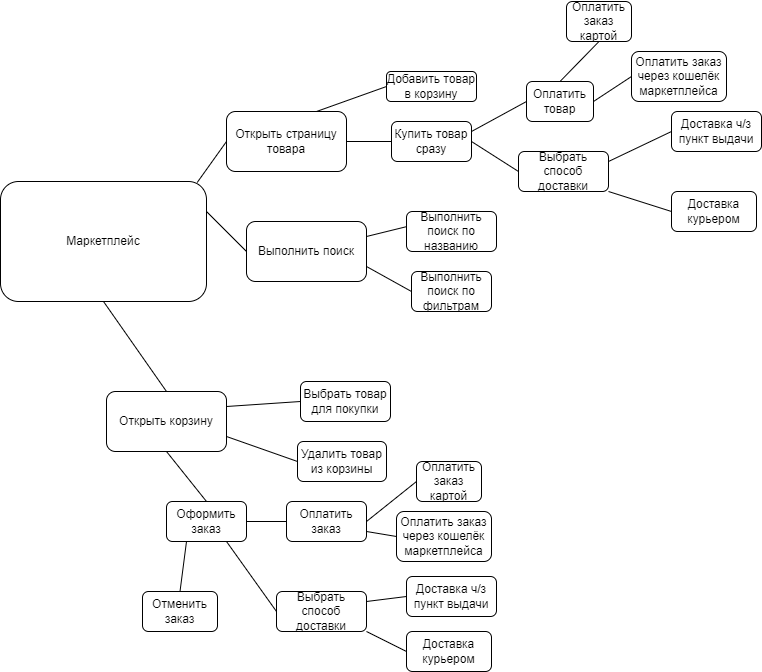
Above: intel_card.png in Involuntar/Test (draw.io), before the change. Source tidied: cells renumbered, new cells last; positions are measured from the earlier drawing's top-left corner, leaving out a move shared by most shapes.
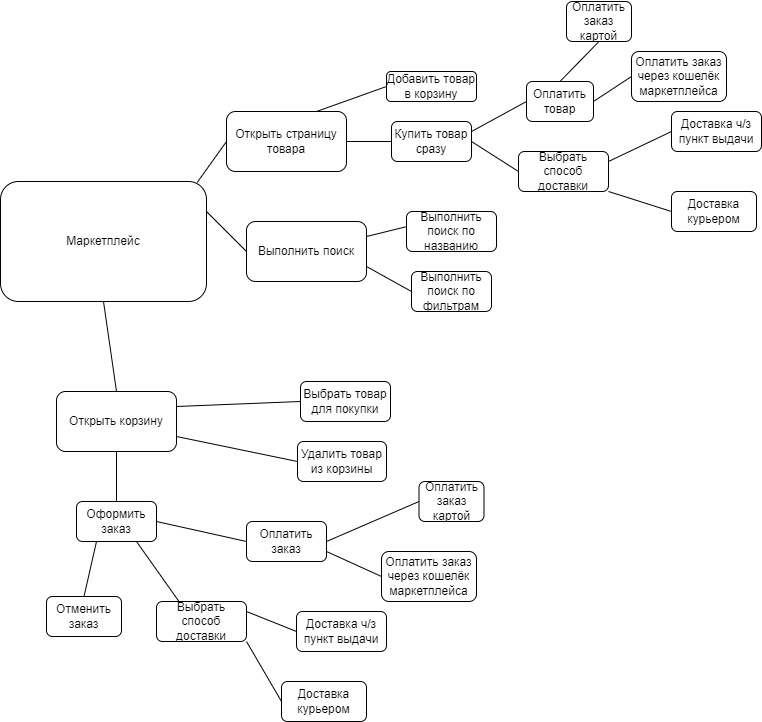
The same file after the commit.

What changed in the source:
```diff
@@ -12,7 +12,7 @@
       <mxGeometry x="226" y="110" width="120" height="60" as="geometry" />
     </mxCell>
     <mxCell id="5" value="Открыть корзину" style="rounded=1;whiteSpace=wrap;html=1;" parent="1" vertex="1">
-      <mxGeometry x="106" y="390" width="120" height="60" as="geometry" />
+      <mxGeometry x="56" y="390" width="120" height="60" as="geometry" />
     </mxCell>
     <mxCell id="6" style="endArrow=none;html=1;rounded=0;exitX=0.5;exitY=1;exitDx=0;exitDy=0;entryX=0.5;entryY=0;entryDx=0;entryDy=0;" parent="1" edge="1" source="2" target="5">
       <mxGeometry relative="1" as="geometry" />
@@ -36,7 +36,7 @@
       <mxGeometry relative="1" as="geometry" />
     </mxCell>
     <mxCell id="13" value="Оформить заказ" style="rounded=1;whiteSpace=wrap;html=1;" parent="1" vertex="1">
-      <mxGeometry x="166" y="500" width="80" height="40" as="geometry" />
+      <mxGeometry x="76" y="500" width="80" height="40" as="geometry" />
     </mxCell>
     <mxCell id="14" style="endArrow=none;html=1;rounded=0;entryX=0.5;entryY=0;entryDx=0;entryDy=0;exitX=0.5;exitY=1;exitDx=0;exitDy=0;" parent="1" edge="1" source="5" target="13">
       <mxGeometry relative="1" as="geometry" />
@@ -66,15 +66,15 @@
       <mxGeometry relative="1" as="geometry" />
     </mxCell>
     <mxCell id="23" value="Выбрать способ доставки" style="rounded=1;whiteSpace=wrap;html=1;" parent="1" vertex="1">
-      <mxGeometry x="276" y="590" width="90" height="40" as="geometry" />
+      <mxGeometry x="156" y="600" width="90" height="40" as="geometry" />
     </mxCell>
     <mxCell id="24" value="Доставка курьером" style="rounded=1;whiteSpace=wrap;html=1;" parent="1" vertex="1">
-      <mxGeometry x="406" y="630" width="85" height="40" as="geometry" />
+      <mxGeometry x="281" y="680" width="85" height="40" as="geometry" />
     </mxCell>
     <mxCell id="25" value="Доставка ч/з пункт выдачи" style="rounded=1;whiteSpace=wrap;html=1;" parent="1" vertex="1">
-      <mxGeometry x="406" y="575" width="90" height="40" as="geometry" />
+      <mxGeometry x="296" y="610" width="90" height="40" as="geometry" />
     </mxCell>
-    <mxCell id="26" style="endArrow=none;html=1;rounded=0;entryX=0.75;entryY=1;entryDx=0;entryDy=0;exitX=0;exitY=0.5;exitDx=0;exitDy=0;" parent="1" edge="1" source="23" target="13">
+    <mxCell id="26" style="endArrow=none;html=1;rounded=0;entryX=0.75;entryY=1;entryDx=0;entryDy=0;exitX=0.25;exitY=0;exitDx=0;exitDy=0;" parent="1" edge="1" source="23" target="13">
       <mxGeometry relative="1" as="geometry" />
     </mxCell>
     <mxCell id="27" style="endArrow=none;html=1;rounded=0;entryX=1;entryY=1;entryDx=0;entryDy=0;exitX=0;exitY=0.5;exitDx=0;exitDy=0;" parent="1" edge="1" source="24" target="23">
@@ -84,7 +84,7 @@
       <mxGeometry relative="1" as="geometry" />
     </mxCell>
     <mxCell id="29" value="Отменить заказ" style="rounded=1;whiteSpace=wrap;html=1;" parent="1" vertex="1">
-      <mxGeometry x="142" y="590" width="75" height="40" as="geometry" />
+      <mxGeometry x="46" y="595" width="75" height="40" as="geometry" />
     </mxCell>
     <mxCell id="30" style="endArrow=none;html=1;rounded=0;entryX=0.25;entryY=1;entryDx=0;entryDy=0;exitX=0.5;exitY=0;exitDx=0;exitDy=0;" parent="1" edge="1" source="29" target="13">
       <mxGeometry relative="1" as="geometry" />
@@ -108,7 +108,7 @@
       <mxGeometry relative="1" as="geometry" />
     </mxCell>
     <mxCell id="37" value="Оплатить заказ" style="rounded=1;whiteSpace=wrap;html=1;" parent="1" vertex="1">
-      <mxGeometry x="286" y="500" width="80" height="40" as="geometry" />
+      <mxGeometry x="246" y="520" width="80" height="40" as="geometry" />
     </mxCell>
     <mxCell id="38" style="endArrow=none;html=1;rounded=0;entryX=0;entryY=0.5;entryDx=0;entryDy=0;exitX=1;exitY=0.5;exitDx=0;exitDy=0;" parent="1" edge="1" source="13" target="37">
       <mxGeometry relative="1" as="geometry" />
@@ -120,10 +120,10 @@
       <mxGeometry relative="1" as="geometry" />
     </mxCell>
     <mxCell id="41" value="Оплатить заказ картой" style="rounded=1;whiteSpace=wrap;html=1;" parent="1" vertex="1">
-      <mxGeometry x="416" y="460" width="65" height="40" as="geometry" />
+      <mxGeometry x="418.5" y="480" width="65" height="40" as="geometry" />
     </mxCell>
     <mxCell id="42" value="Оплатить заказ через кошелёк маркетплейса" style="rounded=1;whiteSpace=wrap;html=1;" parent="1" vertex="1">
-      <mxGeometry x="396" y="510" width="95" height="50" as="geometry" />
+      <mxGeometry x="381" y="550" width="95" height="50" as="geometry" />
     </mxCell>
     <mxCell id="43" style="endArrow=none;html=1;rounded=0;entryX=0;entryY=0.5;entryDx=0;entryDy=0;exitX=1;exitY=0.75;exitDx=0;exitDy=0;" parent="1" edge="1" source="37" target="42">
       <mxGeometry relative="1" as="geometry" />
```
